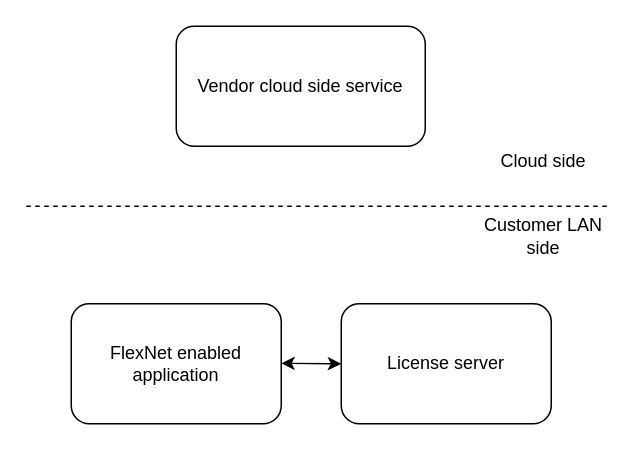
Before: page "Page-2" (2 of 2) of FlexNet/FlexNet.drawio in zhangwm1987/mydraw_io, a draw.io diagram. Source tidied: cells renumbered, new cells numbered last; positions are measured from the earlier drawing's top-left corner, leaving out a move shared by most shapes. Both pictures are drawn from the tidied source at 150%, with x=0, y=0 at pixel (26, 26).
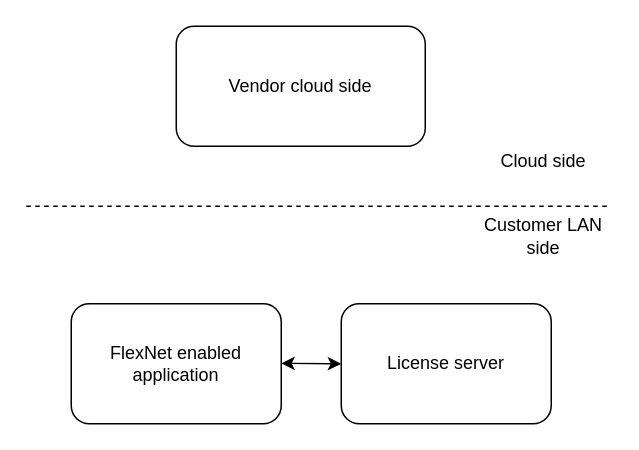
The same diagram, later.

Diff of the diagram source:
```diff
@@
 <mxGraphModel>
   <root>
     <mxCell id="0" />
     <mxCell id="1" parent="0" />
-    <mxCell id="2" value="Vendor cloud side service" style="rounded=1;whiteSpace=wrap;html=1;strokeColor=#000000;fillColor=#FFFFFF;" parent="1" vertex="1">
+    <mxCell id="2" value="Vendor cloud side" style="rounded=1;whiteSpace=wrap;html=1;strokeColor=#000000;fillColor=#FFFFFF;" parent="1" vertex="1">
       <mxGeometry x="100" width="166" height="80" as="geometry" />
     </mxCell>
     <mxCell id="3" style="endArrow=none;dashed=1;html=1;" parent="1" edge="1">
       <mxGeometry relative="1" as="geometry">
         <mxPoint y="120" as="sourcePoint" />
         <mxPoint x="390" y="120" as="targetPoint" />
       </mxGeometry>
     </mxCell>
     <mxCell id="4" style="rounded=1;whiteSpace=wrap;html=1;strokeColor=#000000;fillColor=#FFFFFF;" parent="1" vertex="1">
       <mxGeometry x="30" y="185" width="140" height="80" as="geometry" />
     </mxCell>
     <mxCell id="5" value="FlexNet enabled application" style="text;html=1;strokeColor=none;fillColor=none;align=center;verticalAlign=middle;whiteSpace=wrap;rounded=0;" parent="1" vertex="1">
       <mxGeometry x="45" y="212.5" width="110" height="25" as="geometry" />
     </mxCell>
     <mxCell id="6" value="License server" style="rounded=1;whiteSpace=wrap;html=1;strokeColor=#000000;fillColor=#FFFFFF;" parent="1" vertex="1">
       <mxGeometry x="210" y="185" width="140" height="80" as="geometry" />
     </mxCell>
     <mxCell id="7" style="endArrow=classic;startArrow=classic;html=1;" parent="1" edge="1">
       <mxGeometry relative="1" as="geometry">
         <mxPoint x="170" y="224.7" as="sourcePoint" />
         <mxPoint x="210" y="225" as="targetPoint" />
       </mxGeometry>
     </mxCell>
     <mxCell id="8" value="Cloud side" style="text;html=1;strokeColor=none;fillColor=none;align=center;verticalAlign=middle;whiteSpace=wrap;rounded=0;" parent="1" vertex="1">
       <mxGeometry x="300" y="70" width="90" height="40" as="geometry" />
     </mxCell>
     <mxCell id="9" value="Customer LAN side" style="text;html=1;strokeColor=none;fillColor=none;align=center;verticalAlign=middle;whiteSpace=wrap;rounded=0;" parent="1" vertex="1">
       <mxGeometry x="300" y="120" width="90" height="40" as="geometry" />
     </mxCell>
   </root>
 </mxGraphModel>
```
